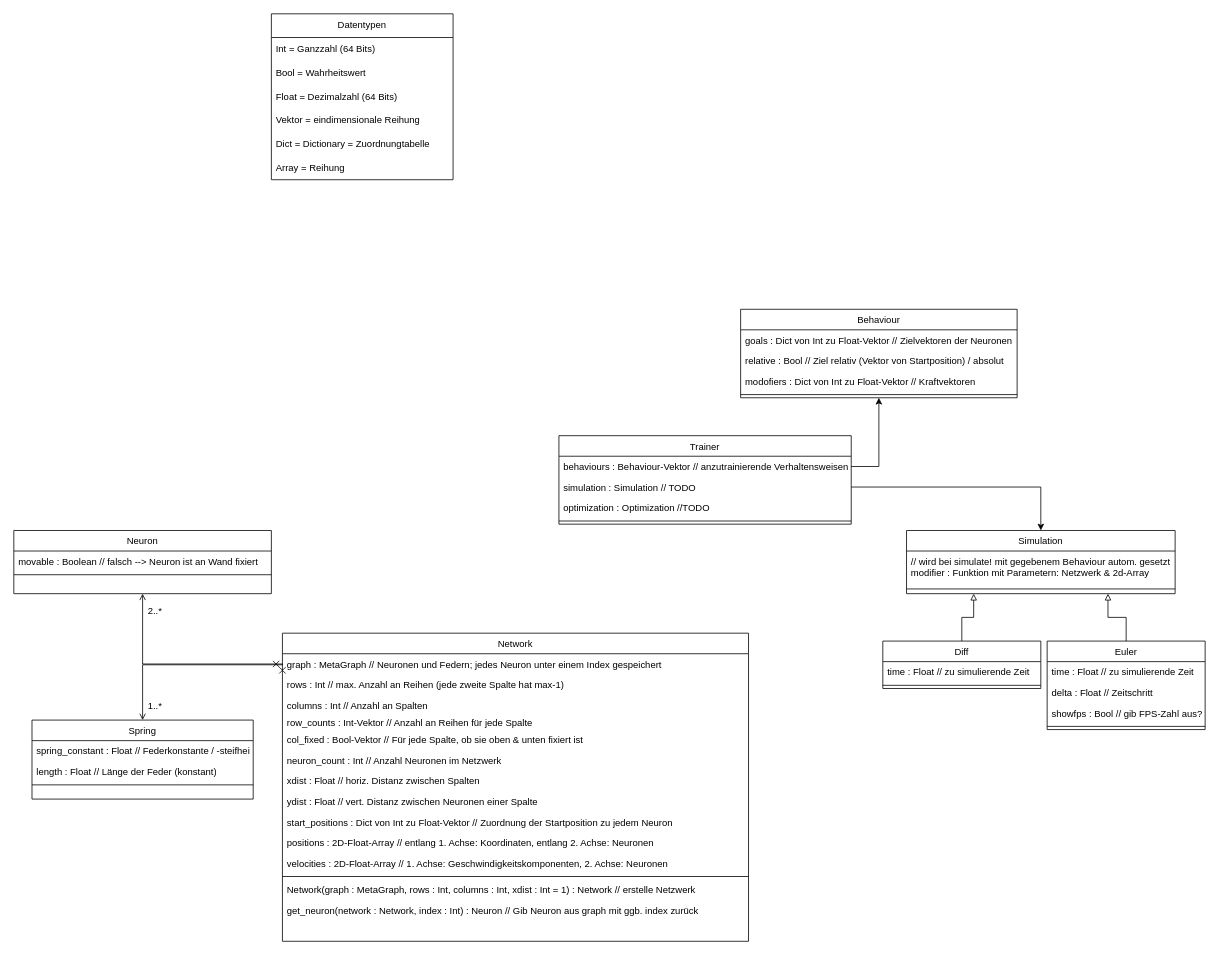
Alexander-Reimer/Simulation-of-MNNs keeps this draw.io diagram as page "Page-2" (2 of 2) of projektskizze/bilder/Unbenanntes Diagramm.drawio. Above is the earlier version. Source tidied: cells renumbered, new cells numbered last; positions are measured from the earlier drawing's top-left corner, leaving out a move shared by most shapes. Both pictures are drawn from the tidied source at 79%, with x=0, y=0 at pixel (13, 13).
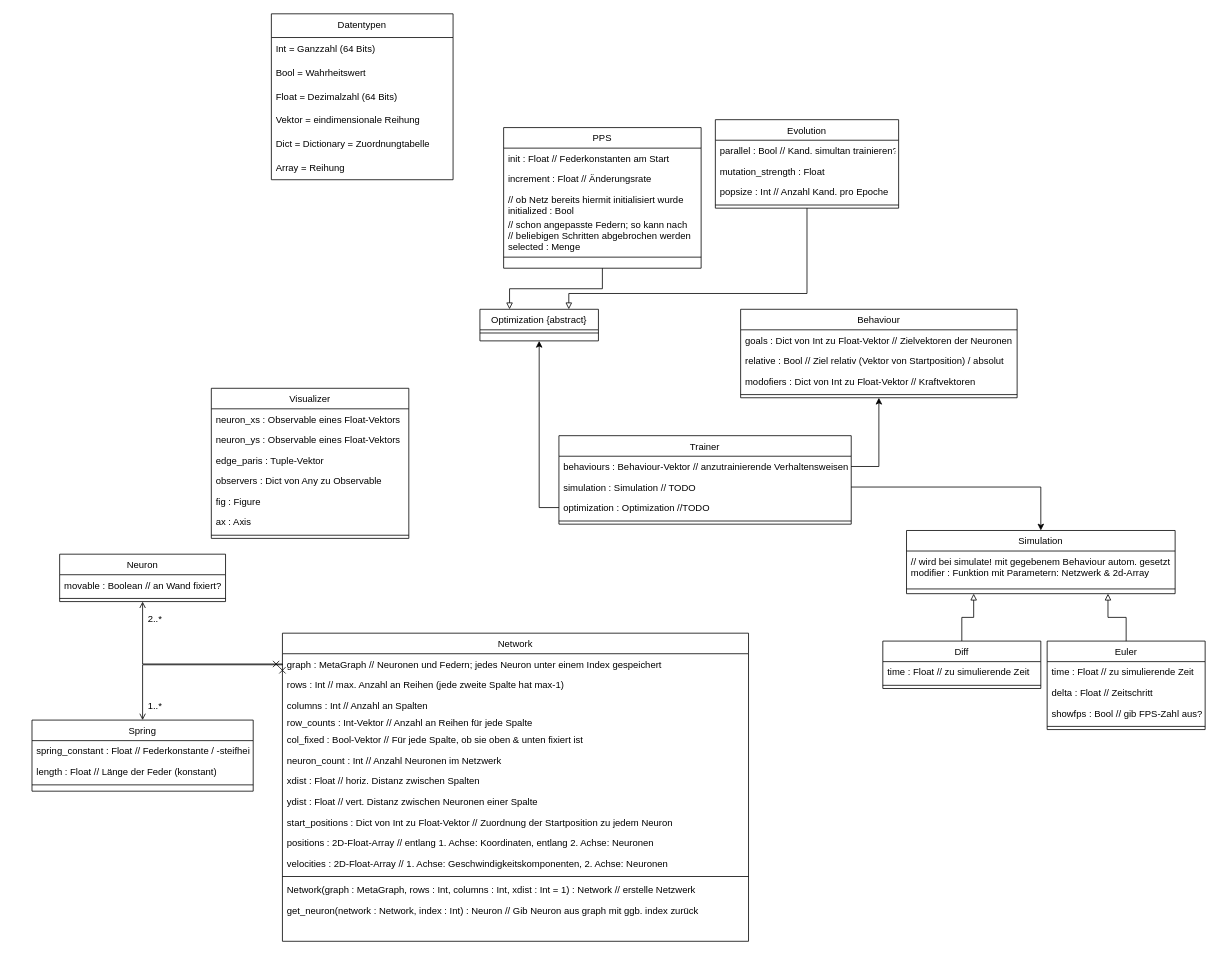
The same page after the edit.

Unchanged cells that the change refers to:
```xml
<mxCell id="45" value="optimization : Optimization //TODO" style="text;align=left;verticalAlign=top;spacingLeft=4;spacingRight=4;overflow=hidden;points=[[0,0.5],[1,0.5]];portConstraint=eastwest;" parent="42" vertex="1">
  <mxGeometry y="78" width="370" height="26" as="geometry" />
</mxCell>
```

What changed in the source:
```diff
@@
     <mxCell id="17" value="Neuron" style="swimlane;fontStyle=0;align=center;verticalAlign=top;horizontal=1;startSize=26;rounded=0;shadow=0;strokeWidth=1;" parent="1" vertex="1">
-      <mxGeometry y="654" width="326" height="80" as="geometry" />
+      <mxGeometry x="58" y="684" width="210" height="60" as="geometry" />
     </mxCell>
-    <mxCell id="18" value="movable : Boolean // falsch --&gt; Neuron ist an Wand fixiert" style="text;align=left;verticalAlign=top;spacingLeft=4;spacingRight=4;overflow=hidden;" parent="17" vertex="1">
-      <mxGeometry y="26" width="326" height="26" as="geometry" />
+    <mxCell id="18" value="movable : Boolean // an Wand fixiert?" style="text;align=left;verticalAlign=top;spacingLeft=4;spacingRight=4;overflow=hidden;" parent="17" vertex="1">
+      <mxGeometry y="26" width="210" height="26" as="geometry" />
     </mxCell>
     <mxCell id="19" style="line;html=1;strokeWidth=1;align=left;verticalAlign=middle;spacingTop=-1;spacingLeft=3;spacingRight=3;labelPosition=right;" parent="17" vertex="1">
-      <mxGeometry y="52" width="326" height="8" as="geometry" />
+      <mxGeometry y="52" width="210" height="8" as="geometry" />
     </mxCell>
@@
     <mxCell id="23" value="Spring" style="swimlane;fontStyle=0;align=center;verticalAlign=top;horizontal=1;startSize=26;rounded=0;shadow=0;strokeWidth=1;" parent="1" vertex="1">
-      <mxGeometry x="23" y="894" width="280" height="100" as="geometry" />
+      <mxGeometry x="23" y="894" width="280" height="90" as="geometry" />
     </mxCell>
@@
+    <mxCell id="62" value="Optimization {abstract}&#10;" style="swimlane;fontStyle=0;align=center;verticalAlign=top;horizontal=1;startSize=26;rounded=0;shadow=0;strokeWidth=1;" parent="1" vertex="1">
+      <mxGeometry x="590" y="374" width="150" height="40" as="geometry" />
+    </mxCell>
+    <mxCell id="63" style="line;html=1;strokeWidth=1;align=left;verticalAlign=middle;spacingTop=-1;spacingLeft=3;spacingRight=3;labelPosition=right;" parent="62" vertex="1">
+      <mxGeometry y="26" width="150" height="8" as="geometry" />
+    </mxCell>
+    <mxCell id="64" style="edgeStyle=orthogonalEdgeStyle;rounded=0;jettySize=auto;html=1;exitX=0.5;exitY=1;exitDx=0;exitDy=0;entryX=0.25;entryY=0;entryDx=0;entryDy=0;endArrow=block;endFill=0;" parent="1" edge="1" source="65" target="62">
+      <mxGeometry relative="1" as="geometry" />
+    </mxCell>
+    <mxCell id="65" value="PPS" style="swimlane;fontStyle=0;align=center;verticalAlign=top;horizontal=1;startSize=26;rounded=0;shadow=0;strokeWidth=1;" parent="1" vertex="1">
+      <mxGeometry x="620" y="144" width="250" height="178" as="geometry" />
+    </mxCell>
+    <mxCell id="66" value="init : Float // Federkonstanten am Start" style="text;align=left;verticalAlign=top;spacingLeft=4;spacingRight=4;overflow=hidden;" parent="65" vertex="1">
+      <mxGeometry y="26" width="250" height="26" as="geometry" />
+    </mxCell>
+    <mxCell id="67" value="increment : Float // Änderungsrate" style="text;align=left;verticalAlign=top;spacingLeft=4;spacingRight=4;overflow=hidden;" parent="65" vertex="1">
+      <mxGeometry y="52" width="250" height="26" as="geometry" />
+    </mxCell>
+    <mxCell id="68" value="// ob Netz bereits hiermit initialisiert wurde&#10;initialized : Bool " style="text;align=left;verticalAlign=top;spacingLeft=4;spacingRight=4;overflow=hidden;" parent="65" vertex="1">
+      <mxGeometry y="78" width="250" height="32" as="geometry" />
+    </mxCell>
+    <mxCell id="69" value=" // schon angepasste Federn; so kann nach&#10;// beliebigen Schritten abgebrochen werden&#10;selected : Menge" style="text;align=left;verticalAlign=top;spacingLeft=4;spacingRight=4;overflow=hidden;" parent="65" vertex="1">
+      <mxGeometry y="110" width="250" height="50" as="geometry" />
+    </mxCell>
+    <mxCell id="70" style="line;html=1;strokeWidth=1;align=left;verticalAlign=middle;spacingTop=-1;spacingLeft=3;spacingRight=3;labelPosition=right;" parent="65" vertex="1">
+      <mxGeometry y="160" width="250" height="8" as="geometry" />
+    </mxCell>
+    <mxCell id="71" value="Evolution" style="swimlane;fontStyle=0;align=center;verticalAlign=top;horizontal=1;startSize=26;rounded=0;shadow=0;strokeWidth=1;" parent="1" vertex="1">
+      <mxGeometry x="888" y="134" width="232" height="112" as="geometry" />
+    </mxCell>
+    <mxCell id="72" value="parallel : Bool // Kand. simultan trainieren?" style="text;align=left;verticalAlign=top;spacingLeft=4;spacingRight=4;overflow=hidden;" parent="71" vertex="1">
+      <mxGeometry y="26" width="232" height="26" as="geometry" />
+    </mxCell>
+    <mxCell id="73" value="mutation_strength : Float" style="text;align=left;verticalAlign=top;spacingLeft=4;spacingRight=4;overflow=hidden;" parent="71" vertex="1">
+      <mxGeometry y="52" width="232" height="26" as="geometry" />
+    </mxCell>
+    <mxCell id="74" value="popsize : Int // Anzahl Kand. pro Epoche" style="text;align=left;verticalAlign=top;spacingLeft=4;spacingRight=4;overflow=hidden;" parent="71" vertex="1">
+      <mxGeometry y="78" width="232" height="26" as="geometry" />
+    </mxCell>
+    <mxCell id="75" style="line;html=1;strokeWidth=1;align=left;verticalAlign=middle;spacingTop=-1;spacingLeft=3;spacingRight=3;labelPosition=right;" parent="71" vertex="1">
+      <mxGeometry y="104" width="232" height="8" as="geometry" />
+    </mxCell>
+    <mxCell id="76" style="edgeStyle=orthogonalEdgeStyle;rounded=0;jettySize=auto;html=1;exitX=0.5;exitY=1;exitDx=0;exitDy=0;endArrow=block;endFill=0;entryX=0.75;entryY=0;entryDx=0;entryDy=0;" parent="1" edge="1" source="71" target="62">
+      <mxGeometry relative="1" as="geometry">
+        <Array as="points">
+          <mxPoint x="1004" y="354" />
+          <mxPoint x="703" y="354" />
+        </Array>
+      </mxGeometry>
+    </mxCell>
+    <mxCell id="77" style="edgeStyle=orthogonalEdgeStyle;rounded=0;jettySize=auto;html=1;exitX=0;exitY=0.5;exitDx=0;exitDy=0;entryX=0.5;entryY=1;entryDx=0;entryDy=0;" parent="1" edge="1" source="45" target="62">
+      <mxGeometry relative="1" as="geometry" />
+    </mxCell>
+    <mxCell id="78" value="Visualizer" style="swimlane;fontStyle=0;align=center;verticalAlign=top;horizontal=1;startSize=26;rounded=0;shadow=0;strokeWidth=1;" parent="1" vertex="1">
+      <mxGeometry x="250" y="474" width="250" height="190" as="geometry" />
+    </mxCell>
+    <mxCell id="79" value="neuron_xs : Observable eines Float-Vektors" style="text;align=left;verticalAlign=top;spacingLeft=4;spacingRight=4;overflow=hidden;" parent="78" vertex="1">
+      <mxGeometry y="26" width="250" height="26" as="geometry" />
+    </mxCell>
+    <mxCell id="80" value="neuron_ys : Observable eines Float-Vektors" style="text;align=left;verticalAlign=top;spacingLeft=4;spacingRight=4;overflow=hidden;" parent="78" vertex="1">
+      <mxGeometry y="52" width="250" height="26" as="geometry" />
+    </mxCell>
+    <mxCell id="81" value="edge_paris : Tuple-Vektor" style="text;align=left;verticalAlign=top;spacingLeft=4;spacingRight=4;overflow=hidden;" parent="78" vertex="1">
+      <mxGeometry y="78" width="250" height="26" as="geometry" />
+    </mxCell>
+    <mxCell id="82" value="observers : Dict von Any zu Observable" style="text;align=left;verticalAlign=top;spacingLeft=4;spacingRight=4;overflow=hidden;" parent="78" vertex="1">
+      <mxGeometry y="104" width="250" height="26" as="geometry" />
+    </mxCell>
+    <mxCell id="83" value="fig : Figure" style="text;align=left;verticalAlign=top;spacingLeft=4;spacingRight=4;overflow=hidden;" parent="78" vertex="1">
+      <mxGeometry y="130" width="250" height="26" as="geometry" />
+    </mxCell>
+    <mxCell id="84" value="ax : Axis" style="text;align=left;verticalAlign=top;spacingLeft=4;spacingRight=4;overflow=hidden;" parent="78" vertex="1">
+      <mxGeometry y="156" width="250" height="26" as="geometry" />
+    </mxCell>
+    <mxCell id="85" style="line;html=1;strokeWidth=1;align=left;verticalAlign=middle;spacingTop=-1;spacingLeft=3;spacingRight=3;labelPosition=right;" parent="78" vertex="1">
+      <mxGeometry y="182" width="250" height="8" as="geometry" />
+    </mxCell>
```
